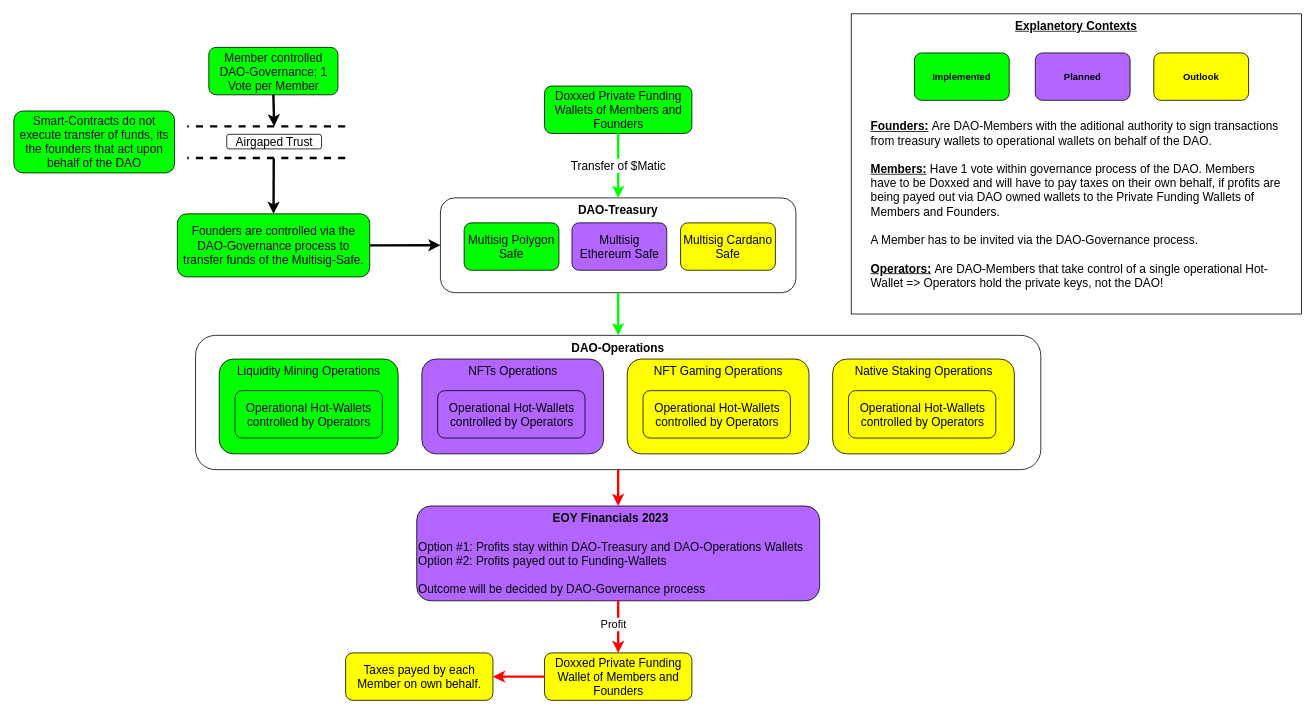
Before: page "V1.2" (3 of 3) of 00_Organisational/Diagrams/architecure.drawio in Vedaykin/2ndRenaissanceSociety, a draw.io diagram. Source tidied: cells renumbered, new cells numbered last; positions are measured from the earlier drawing's top-left corner, leaving out a move shared by most shapes. Both pictures are drawn from the tidied source at 79%, with x=0, y=0 at pixel (13, 13).
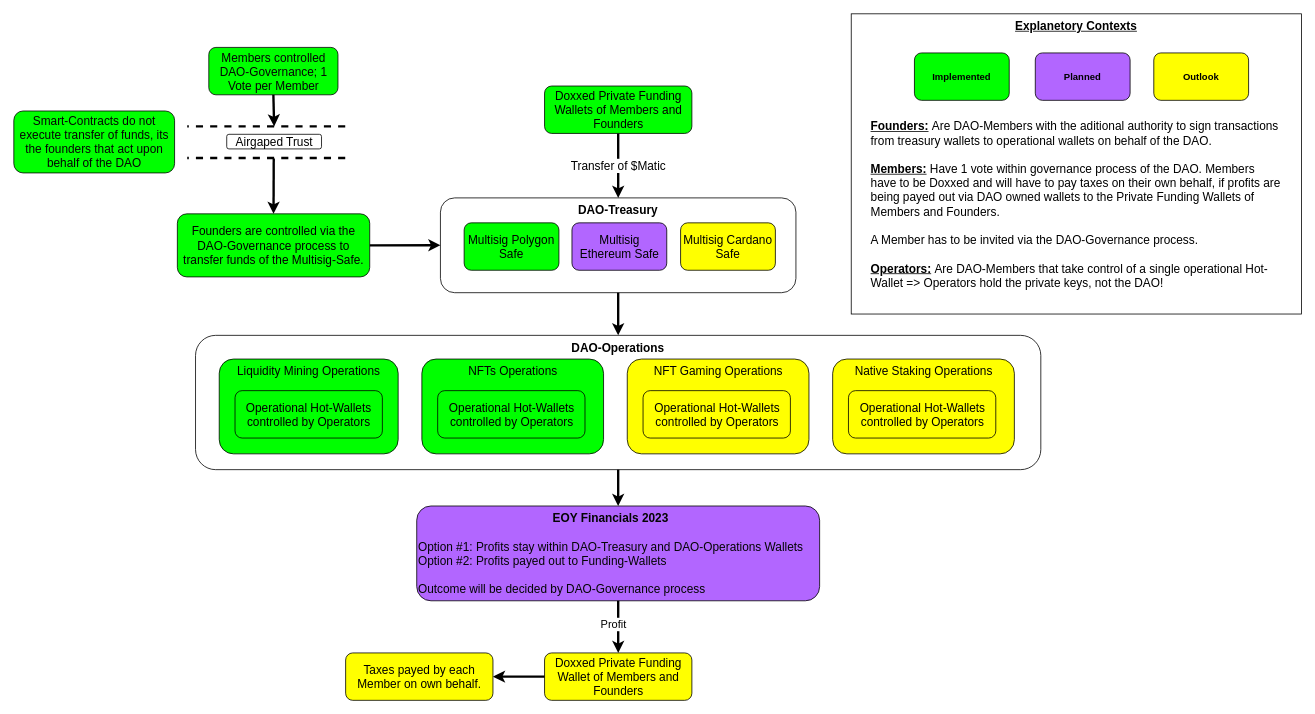
The same diagram, later.

Unchanged cells that the change refers to:
```xml
<mxCell id="3" value="&lt;div style=&quot;font-size: 15px;&quot;&gt;&lt;b style=&quot;font-size: 15px;&quot;&gt;&lt;font style=&quot;font-size: 15px;&quot;&gt;DAO-Treasury&lt;/font&gt;&lt;/b&gt;&lt;/div&gt;" style="rounded=1;whiteSpace=wrap;html=1;align=center;fontSize=15;verticalAlign=top;" parent="1" vertex="1">
  <mxGeometry x="540" y="233" width="450" height="120" as="geometry" />
</mxCell>
<mxCell id="4" value="Doxxed Private Funding Wallets of Members and Founders" style="rounded=1;whiteSpace=wrap;html=1;fontSize=15;fillColor=#00FF00;" parent="1" vertex="1">
  <mxGeometry x="671.8" y="91.4" width="186.5" height="60" as="geometry" />
</mxCell>
<mxCell id="8" value="&lt;div style=&quot;font-size: 15px;&quot;&gt;&lt;b style=&quot;font-size: 15px;&quot;&gt;&lt;font style=&quot;font-size: 15px;&quot;&gt;DAO-Operations&lt;/font&gt;&lt;/b&gt;&lt;/div&gt;" style="rounded=1;whiteSpace=wrap;html=1;align=center;fontSize=15;verticalAlign=top;" parent="1" vertex="1">
  <mxGeometry x="230" y="407" width="1070" height="170" as="geometry" />
</mxCell>
<mxCell id="14" value="&lt;div style=&quot;text-align: center;&quot;&gt;&lt;b style=&quot;background-color: initial;&quot;&gt;EOY Financials 2023&lt;/b&gt;&lt;/div&gt;&lt;div style=&quot;text-align: center;&quot;&gt;&lt;br&gt;&lt;/div&gt;Option #1: Profits stay within DAO-Treasury and DAO-Operations Wallets&lt;br&gt;Option #2: Profits payed out to Funding-Wallets&lt;br&gt;&lt;br&gt;Outcome will be decided by DAO-Governance process" style="rounded=1;whiteSpace=wrap;html=1;fontSize=15;fontColor=#050505;verticalAlign=top;align=left;fillColor=#B266FF;" parent="1" vertex="1">
  <mxGeometry x="510" y="623" width="510" height="120" as="geometry" />
</mxCell>
<mxCell id="28" value="Doxxed Private Funding Wallet of Members and Founders" style="rounded=1;whiteSpace=wrap;html=1;fontSize=15;fillColor=#FFFF00;" parent="1" vertex="1">
  <mxGeometry x="671.8" y="809" width="186.5" height="60" as="geometry" />
</mxCell>
<mxCell id="31" value="Taxes payed by each Member on own behalf." style="rounded=1;whiteSpace=wrap;html=1;fontSize=15;fillColor=#FFFF00;" parent="1" vertex="1">
  <mxGeometry x="420" y="809" width="186.5" height="60" as="geometry" />
</mxCell>
```

What changed in the source:
```diff
@@
-    <mxCell id="13" value="NFTs Operations" style="rounded=1;whiteSpace=wrap;html=1;align=center;verticalAlign=top;fontSize=15;fillColor=#B266FF;" parent="1" vertex="1">
+    <mxCell id="13" value="NFTs Operations" style="rounded=1;whiteSpace=wrap;html=1;align=center;verticalAlign=top;fontSize=15;fillColor=#00FF00;" parent="1" vertex="1">
       <mxGeometry x="516.5" y="437" width="230" height="120" as="geometry" />
     </mxCell>
@@
-    <mxCell id="15" style="endArrow=none;startArrow=classic;html=1;rounded=0;strokeWidth=3;strokeColor=#FF0000;endFill=0;exitX=0.5;exitY=0;exitDx=0;exitDy=0;entryX=0.5;entryY=1;entryDx=0;entryDy=0;fontSize=15;fontColor=#00FF00;" parent="1" edge="1" source="14" target="8">
+    <mxCell id="15" style="endArrow=none;startArrow=classic;html=1;rounded=0;strokeWidth=3;strokeColor=#000000;endFill=0;exitX=0.5;exitY=0;exitDx=0;exitDy=0;entryX=0.5;entryY=1;entryDx=0;entryDy=0;fontSize=15;fontColor=#00FF00;" parent="1" edge="1" source="14" target="8">
       <mxGeometry relative="1" as="geometry" />
     </mxCell>
-    <mxCell id="16" value="Member controlled DAO-Governance; 1 Vote per Member" style="rounded=1;whiteSpace=wrap;html=1;fontSize=15;fontColor=#050505;fillColor=#00FF00;" parent="1" vertex="1">
+    <mxCell id="16" value="Members controlled DAO-Governance; 1 Vote per Member" style="rounded=1;whiteSpace=wrap;html=1;fontSize=15;fontColor=#050505;fillColor=#00FF00;" parent="1" vertex="1">
       <mxGeometry x="246.8" y="42.5" width="163.5" height="60" as="geometry" />
     </mxCell>
@@
-    <mxCell id="23" value="Transfer of $Matic" style="endArrow=classic;startArrow=none;html=1;rounded=0;exitX=0.5;exitY=1;exitDx=0;exitDy=0;strokeColor=#00FF00;strokeWidth=3;startFill=0;fontSize=15;entryX=0.5;entryY=0;entryDx=0;entryDy=0;" parent="1" edge="1" source="4" target="3">
+    <mxCell id="23" value="Transfer of $Matic" style="endArrow=classic;startArrow=none;html=1;rounded=0;exitX=0.5;exitY=1;exitDx=0;exitDy=0;strokeColor=#000000;strokeWidth=3;startFill=0;fontSize=15;entryX=0.5;entryY=0;entryDx=0;entryDy=0;" parent="1" edge="1" source="4" target="3">
       <mxGeometry relative="1" as="geometry" />
     </mxCell>
-    <mxCell id="24" value="Operational Hot-Wallets controlled by Operators" style="rounded=1;whiteSpace=wrap;html=1;fontSize=15;fillColor=#B266FF;" parent="1" vertex="1">
+    <mxCell id="24" value="Operational Hot-Wallets controlled by Operators" style="rounded=1;whiteSpace=wrap;html=1;fontSize=15;fillColor=#00FF00;" parent="1" vertex="1">
       <mxGeometry x="536.5" y="477" width="186.5" height="60" as="geometry" />
     </mxCell>
@@
-    <mxCell id="29" style="endArrow=none;startArrow=classic;html=1;rounded=0;strokeWidth=3;strokeColor=#FF0000;endFill=0;exitX=0.5;exitY=0;exitDx=0;exitDy=0;entryX=0.5;entryY=1;entryDx=0;entryDy=0;fontSize=15;" parent="1" edge="1" source="28" target="14">
+    <mxCell id="29" style="endArrow=none;startArrow=classic;html=1;rounded=0;strokeWidth=3;strokeColor=#000000;endFill=0;exitX=0.5;exitY=0;exitDx=0;exitDy=0;entryX=0.5;entryY=1;entryDx=0;entryDy=0;fontSize=15;" parent="1" edge="1" source="28" target="14">
       <mxGeometry relative="1" as="geometry" />
     </mxCell>
@@
-    <mxCell id="32" style="endArrow=classic;startArrow=none;html=1;rounded=0;entryX=0.5;entryY=0;entryDx=0;entryDy=0;exitX=0.5;exitY=1;exitDx=0;exitDy=0;strokeColor=#00FF00;strokeWidth=3;startFill=0;fontSize=15;" parent="1" edge="1" source="3" target="8">
+    <mxCell id="32" style="endArrow=classic;startArrow=none;html=1;rounded=0;entryX=0.5;entryY=0;entryDx=0;entryDy=0;exitX=0.5;exitY=1;exitDx=0;exitDy=0;strokeColor=#000000;strokeWidth=3;startFill=0;fontSize=15;" parent="1" edge="1" source="3" target="8">
       <mxGeometry relative="1" as="geometry" />
     </mxCell>
-    <mxCell id="33" style="endArrow=none;startArrow=classic;html=1;rounded=0;strokeWidth=3;strokeColor=#FF0000;endFill=0;exitX=1;exitY=0.5;exitDx=0;exitDy=0;entryX=0;entryY=0.5;entryDx=0;entryDy=0;fontSize=15;" parent="1" edge="1" source="31" target="28">
+    <mxCell id="33" style="endArrow=none;startArrow=classic;html=1;rounded=0;strokeWidth=3;strokeColor=#000000;endFill=0;exitX=1;exitY=0.5;exitDx=0;exitDy=0;entryX=0;entryY=0.5;entryDx=0;entryDy=0;fontSize=15;" parent="1" edge="1" source="31" target="28">
       <mxGeometry relative="1" as="geometry" />
     </mxCell>
```
